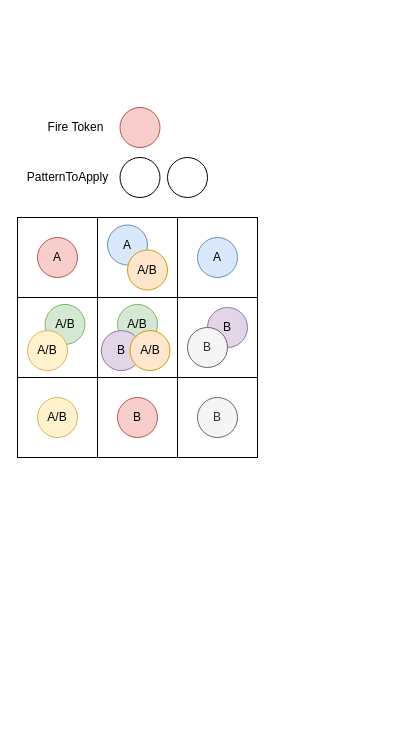
Above: docs/examplePatternApplication.drawio in Fight-Fire-With-Scala/Scala-Fire-Tower (draw.io), before the change. Source tidied: cells renumbered, new cells numbered last; positions are measured from the earlier drawing's top-left corner, leaving out a move shared by most shapes. Both pictures are drawn from the tidied source at 100%, with x=0, y=0 at pixel (17, 107).
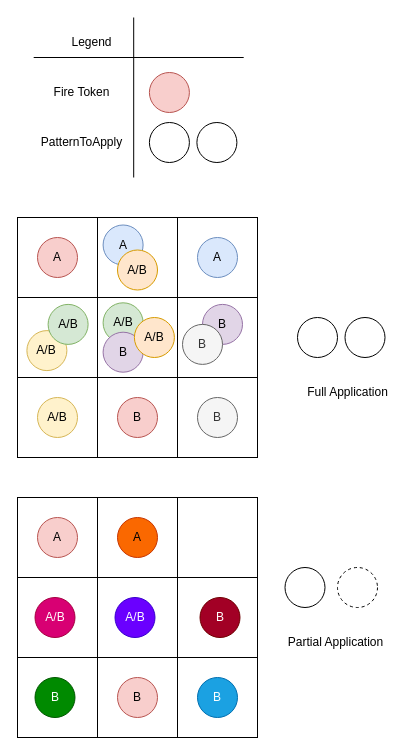
The same diagram, later.

Commit message:
docs: account for partial pattern application

The edit, as a diff of the source:
```diff
@@
-    <mxCell id="7" style="rounded=0;whiteSpace=wrap;html=1;fillColor=none;" parent="1" vertex="1">
-      <mxGeometry x="80" y="190" width="80" height="80" as="geometry" />
-    </mxCell>
@@
-    <mxCell id="12" value="A/B" style="ellipse;whiteSpace=wrap;html=1;fillColor=#d5e8d4;strokeColor=#82b366;" parent="1" vertex="1">
-      <mxGeometry x="27.5" y="196.9" width="40" height="40" as="geometry" />
-    </mxCell>
     <mxCell id="13" value="A/B" style="ellipse;whiteSpace=wrap;html=1;fillColor=#d5e8d4;strokeColor=#82b366;" parent="1" vertex="1">
-      <mxGeometry x="100" y="196.9" width="40" height="40" as="geometry" />
+      <mxGeometry x="85.6" y="195.3" width="40" height="40" as="geometry" />
     </mxCell>
     <mxCell id="14" value="A" style="ellipse;whiteSpace=wrap;html=1;fillColor=#dae8fc;strokeColor=#6c8ebf;" parent="1" vertex="1">
-      <mxGeometry x="90" y="117.5" width="40" height="40" as="geometry" />
+      <mxGeometry x="85.6" y="117.5" width="40" height="40" as="geometry" />
     </mxCell>
@@
     <mxCell id="17" value="A/B" style="ellipse;whiteSpace=wrap;html=1;fillColor=#fff2cc;strokeColor=#d6b656;" parent="1" vertex="1">
-      <mxGeometry x="10" y="223.1" width="40" height="40" as="geometry" />
+      <mxGeometry x="9.4" y="223.1" width="40" height="40" as="geometry" />
     </mxCell>
     <mxCell id="18" value="A/B" style="ellipse;whiteSpace=wrap;html=1;fillColor=#ffe6cc;strokeColor=#d79b00;" parent="1" vertex="1">
-      <mxGeometry x="110" y="142.5" width="40" height="40" as="geometry" />
+      <mxGeometry x="100" y="142.5" width="40" height="40" as="geometry" />
     </mxCell>
@@
     <mxCell id="20" value="B" style="ellipse;whiteSpace=wrap;html=1;fillColor=#e1d5e7;strokeColor=#9673a6;" parent="1" vertex="1">
-      <mxGeometry x="83.8" y="223.1" width="40" height="40" as="geometry" />
+      <mxGeometry x="85.6" y="224.7" width="40" height="40" as="geometry" />
     </mxCell>
     <mxCell id="21" value="B" style="ellipse;whiteSpace=wrap;html=1;fillColor=#e1d5e7;strokeColor=#9673a6;" parent="1" vertex="1">
-      <mxGeometry x="190" y="200" width="40" height="40" as="geometry" />
+      <mxGeometry x="185" y="196.9" width="40" height="40" as="geometry" />
     </mxCell>
@@
     <mxCell id="23" value="B" style="ellipse;whiteSpace=wrap;html=1;fillColor=#f5f5f5;strokeColor=#666666;fontColor=#333333;" parent="1" vertex="1">
-      <mxGeometry x="170" y="220" width="40" height="40" as="geometry" />
+      <mxGeometry x="165" y="216.9" width="40" height="40" as="geometry" />
     </mxCell>
-    <mxCell id="24" style="ellipse;whiteSpace=wrap;html=1;" parent="1" vertex="1">
-      <mxGeometry x="102.5" y="50" width="40" height="40" as="geometry" />
-    </mxCell>
-    <mxCell id="25" style="ellipse;whiteSpace=wrap;html=1;" parent="1" vertex="1">
-      <mxGeometry x="150" y="50" width="40" height="40" as="geometry" />
-    </mxCell>
+    <mxCell id="29" value="A/B" style="ellipse;whiteSpace=wrap;html=1;fillColor=#ffe6cc;strokeColor=#d79b00;" parent="1" vertex="1">
+      <mxGeometry x="116.9" y="210" width="40" height="40" as="geometry" />
+    </mxCell>
+    <mxCell id="12" value="A/B" style="ellipse;whiteSpace=wrap;html=1;fillColor=#d5e8d4;strokeColor=#82b366;" parent="1" vertex="1">
+      <mxGeometry x="30.6" y="196.9" width="40" height="40" as="geometry" />
+    </mxCell>
+    <mxCell id="30" value="A/B" style="ellipse;whiteSpace=wrap;html=1;fillColor=#6a00ff;strokeColor=#3700CC;fontColor=#ffffff;" parent="1" vertex="1">
+      <mxGeometry x="97.5" y="490" width="40" height="40" as="geometry" />
+    </mxCell>
+    <mxCell id="31" style="rounded=0;whiteSpace=wrap;html=1;fillColor=none;" parent="1" vertex="1">
+      <mxGeometry y="390" width="80" height="80" as="geometry" />
+    </mxCell>
+    <mxCell id="32" style="rounded=0;whiteSpace=wrap;html=1;fillColor=none;" parent="1" vertex="1">
+      <mxGeometry y="550" width="80" height="80" as="geometry" />
+    </mxCell>
+    <mxCell id="33" style="rounded=0;whiteSpace=wrap;html=1;fillColor=none;" parent="1" vertex="1">
+      <mxGeometry y="470" width="80" height="80" as="geometry" />
+    </mxCell>
+    <mxCell id="34" style="rounded=0;whiteSpace=wrap;html=1;fillColor=none;" parent="1" vertex="1">
+      <mxGeometry x="80" y="390" width="80" height="80" as="geometry" />
+    </mxCell>
+    <mxCell id="35" style="rounded=0;whiteSpace=wrap;html=1;fillColor=none;" parent="1" vertex="1">
+      <mxGeometry x="80" y="550" width="80" height="80" as="geometry" />
+    </mxCell>
+    <mxCell id="36" style="rounded=0;whiteSpace=wrap;html=1;fillColor=none;" parent="1" vertex="1">
+      <mxGeometry x="160" y="390" width="80" height="80" as="geometry" />
+    </mxCell>
+    <mxCell id="37" style="rounded=0;whiteSpace=wrap;html=1;fillColor=none;" parent="1" vertex="1">
+      <mxGeometry x="160" y="550" width="80" height="80" as="geometry" />
+    </mxCell>
+    <mxCell id="38" style="rounded=0;whiteSpace=wrap;html=1;fillColor=none;" parent="1" vertex="1">
+      <mxGeometry x="160" y="470" width="80" height="80" as="geometry" />
+    </mxCell>
+    <mxCell id="39" value="A" style="ellipse;whiteSpace=wrap;html=1;fillColor=#f8cecc;strokeColor=#b85450;" parent="1" vertex="1">
+      <mxGeometry x="20" y="410" width="40" height="40" as="geometry" />
+    </mxCell>
+    <mxCell id="40" value="B" style="ellipse;whiteSpace=wrap;html=1;fillColor=#f8cecc;strokeColor=#b85450;" parent="1" vertex="1">
+      <mxGeometry x="100" y="570" width="40" height="40" as="geometry" />
+    </mxCell>
+    <mxCell id="41" value="B" style="ellipse;whiteSpace=wrap;html=1;fillColor=#1ba1e2;strokeColor=#006EAF;fontColor=#ffffff;" parent="1" vertex="1">
+      <mxGeometry x="180" y="570" width="40" height="40" as="geometry" />
+    </mxCell>
+    <mxCell id="42" value="B" style="ellipse;whiteSpace=wrap;html=1;fillColor=#008a00;strokeColor=#005700;fontColor=#ffffff;" parent="1" vertex="1">
+      <mxGeometry x="17.5" y="570" width="40" height="40" as="geometry" />
+    </mxCell>
+    <mxCell id="43" value="A/B" style="ellipse;whiteSpace=wrap;html=1;fillColor=#d80073;strokeColor=#A50040;fontColor=#ffffff;" parent="1" vertex="1">
+      <mxGeometry x="17.5" y="490" width="40" height="40" as="geometry" />
+    </mxCell>
+    <mxCell id="44" value="B" style="ellipse;whiteSpace=wrap;html=1;fillColor=#a20025;strokeColor=#6F0000;fontColor=#ffffff;" parent="1" vertex="1">
+      <mxGeometry x="182.5" y="490" width="40" height="40" as="geometry" />
+    </mxCell>
+    <mxCell id="45" value="A" style="ellipse;whiteSpace=wrap;html=1;fillColor=#fa6800;strokeColor=#C73500;fontColor=#000000;" parent="1" vertex="1">
+      <mxGeometry x="100" y="410" width="40" height="40" as="geometry" />
+    </mxCell>
+    <mxCell id="46" style="ellipse;whiteSpace=wrap;html=1;" parent="1" vertex="1">
+      <mxGeometry x="280" y="210" width="40" height="40" as="geometry" />
+    </mxCell>
+    <mxCell id="47" style="ellipse;whiteSpace=wrap;html=1;" parent="1" vertex="1">
+      <mxGeometry x="327.5" y="210" width="40" height="40" as="geometry" />
+    </mxCell>
+    <mxCell id="48" value="Full Application" style="text;html=1;align=center;verticalAlign=middle;strokeColor=none;fillColor=none;" parent="1" vertex="1">
+      <mxGeometry x="280" y="270" width="100" height="30" as="geometry" />
+    </mxCell>
+    <mxCell id="49" style="ellipse;whiteSpace=wrap;html=1;" parent="1" vertex="1">
+      <mxGeometry x="267.5" y="460" width="40" height="40" as="geometry" />
+    </mxCell>
+    <mxCell id="50" style="ellipse;whiteSpace=wrap;html=1;dashed=1;" parent="1" vertex="1">
+      <mxGeometry x="320" y="460" width="40" height="40" as="geometry" />
+    </mxCell>
+    <mxCell id="51" value="Partial Application" style="text;html=1;align=center;verticalAlign=middle;strokeColor=none;fillColor=none;" parent="1" vertex="1">
+      <mxGeometry x="257.5" y="520" width="120" height="30" as="geometry" />
+    </mxCell>
+    <mxCell id="52" style="ellipse;whiteSpace=wrap;html=1;" parent="1" vertex="1">
+      <mxGeometry x="131.9" y="15" width="40" height="40" as="geometry" />
+    </mxCell>
+    <mxCell id="53" style="ellipse;whiteSpace=wrap;html=1;" parent="1" vertex="1">
+      <mxGeometry x="179.4" y="15" width="40" height="40" as="geometry" />
+    </mxCell>
     <mxCell id="26" value="PatternToApply" style="text;html=1;align=center;verticalAlign=middle;strokeColor=none;fillColor=none;" parent="1" vertex="1">
-      <mxGeometry y="55" width="100" height="30" as="geometry" />
+      <mxGeometry x="13.8" y="20" width="100" height="30" as="geometry" />
     </mxCell>
-    <mxCell id="27" style="ellipse;whiteSpace=wrap;html=1;fillColor=#f8cecc;strokeColor=#b85450;" parent="1" vertex="1">
-      <mxGeometry x="102.5" width="40" height="40" as="geometry" />
-    </mxCell>
+    <mxCell id="54" style="ellipse;whiteSpace=wrap;html=1;fillColor=#f8cecc;strokeColor=#b85450;" parent="1" vertex="1">
+      <mxGeometry x="131.9" y="-35" width="40" height="40" as="geometry" />
+    </mxCell>
     <mxCell id="28" value="Fire Token" style="text;html=1;align=center;verticalAlign=middle;strokeColor=none;fillColor=none;" parent="1" vertex="1">
-      <mxGeometry x="17.5" y="5" width="80" height="30" as="geometry" />
+      <mxGeometry x="23.8" y="-30" width="80" height="30" as="geometry" />
     </mxCell>
-    <mxCell id="29" value="A/B" style="ellipse;whiteSpace=wrap;html=1;fillColor=#ffe6cc;strokeColor=#d79b00;" parent="1" vertex="1">
-      <mxGeometry x="112.5" y="223.1" width="40" height="40" as="geometry" />
-    </mxCell>
+    <mxCell id="55" value="Legend" style="text;html=1;align=center;verticalAlign=middle;strokeColor=none;fillColor=none;" parent="1" vertex="1">
+      <mxGeometry x="43.8" y="-80" width="60" height="30" as="geometry" />
+    </mxCell>
+    <mxCell id="56" style="endArrow=none;html=1;" parent="1" edge="1">
+      <mxGeometry relative="1" as="geometry">
+        <mxPoint x="116.2" y="-90" as="sourcePoint" />
+        <mxPoint x="116.2" y="70" as="targetPoint" />
+      </mxGeometry>
+    </mxCell>
+    <mxCell id="57" style="endArrow=none;html=1;" parent="1" edge="1">
+      <mxGeometry relative="1" as="geometry">
+        <mxPoint x="226.2" y="-50" as="sourcePoint" />
+        <mxPoint x="16.2" y="-50" as="targetPoint" />
+      </mxGeometry>
+    </mxCell>
```
